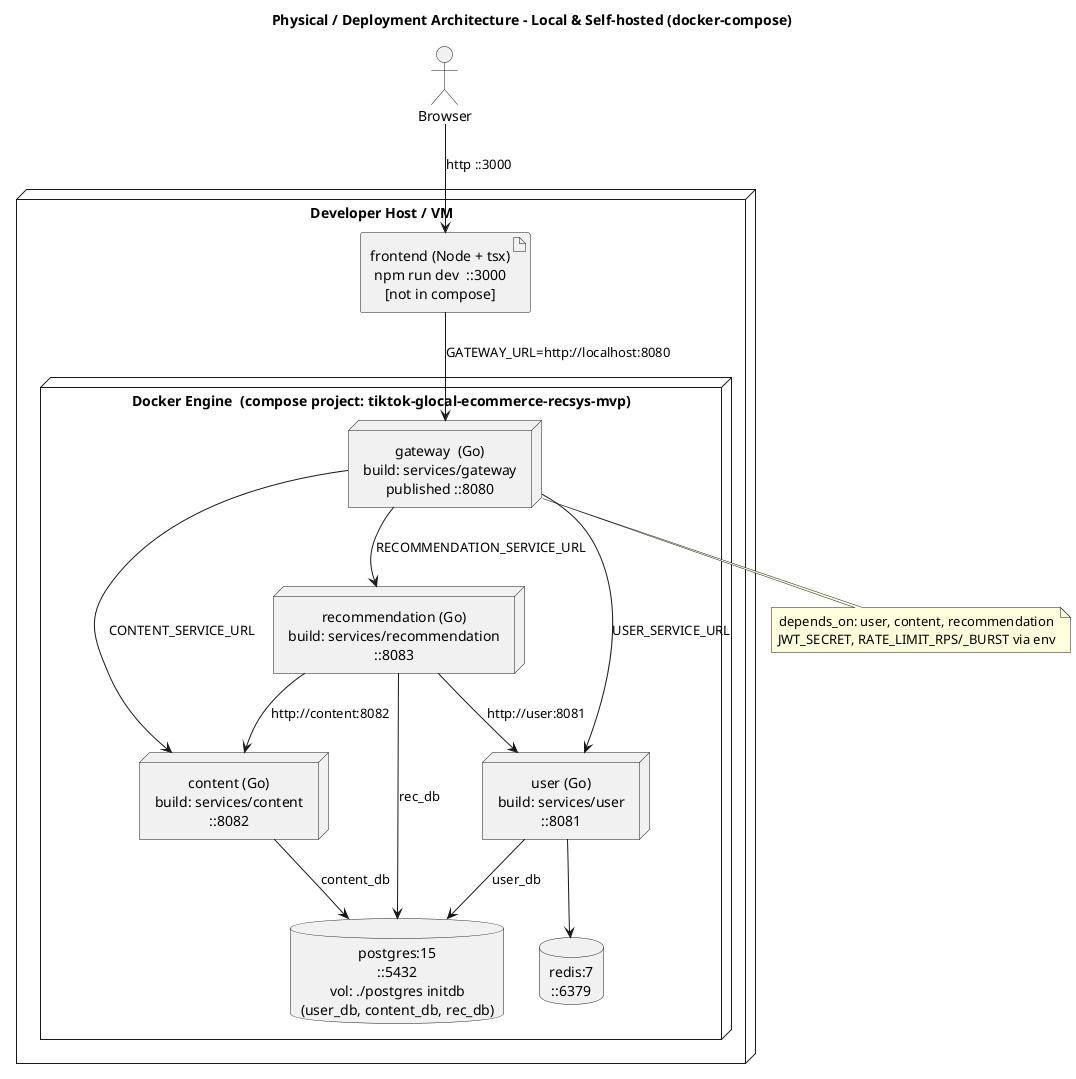
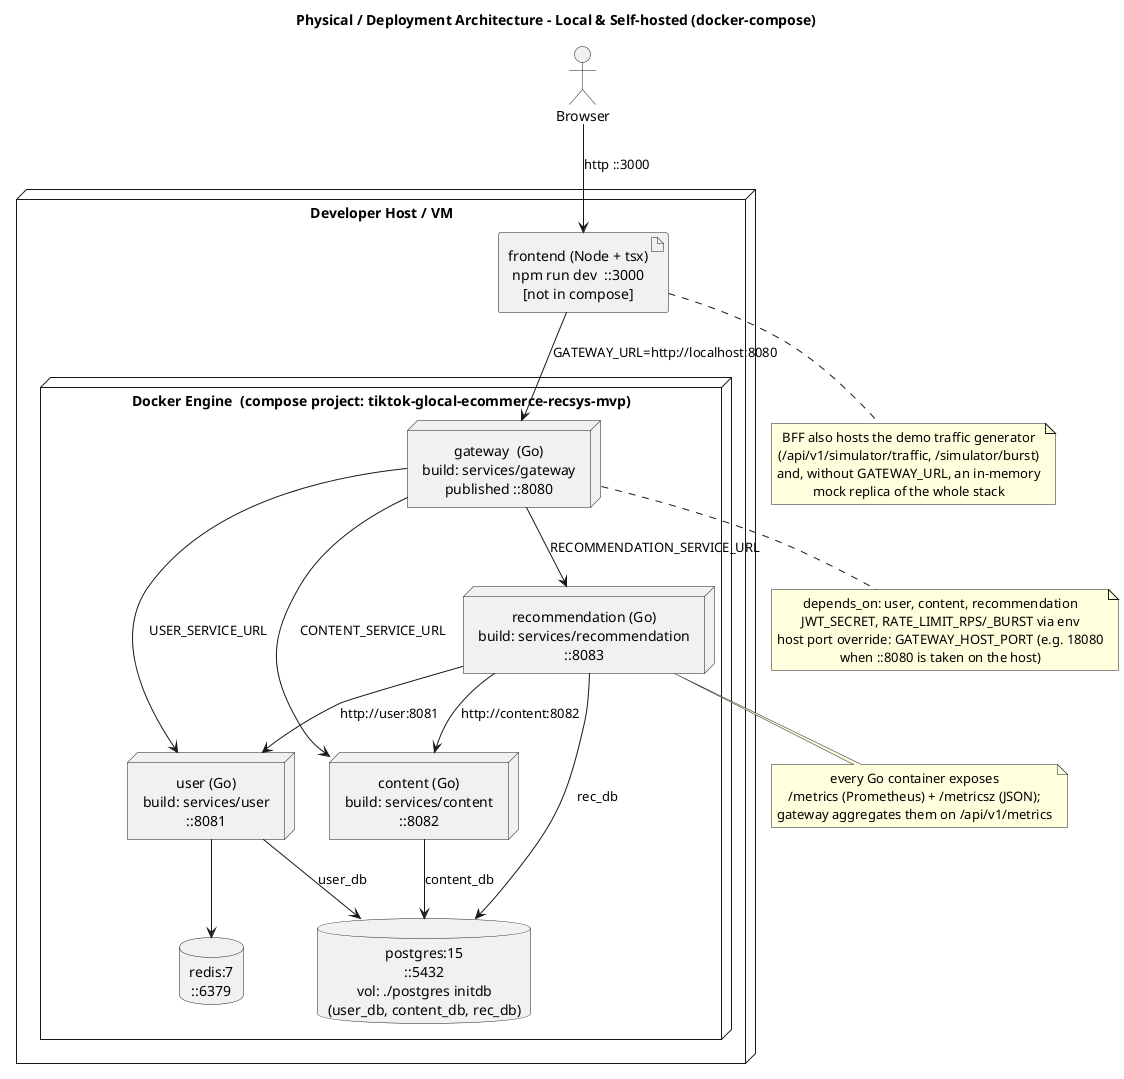
@startuml physical-architecture
title Physical / Deployment Architecture - Local & Self-hosted (docker-compose)

skinparam shadowing false
skinparam defaultTextAlignment center

actor "Browser" as br

node "Developer Host / VM" {

  artifact "frontend (Node + tsx)\nnpm run dev  ::3000\n[not in compose]" as fe

  node "Docker Engine  (compose project: tiktok-glocal-ecommerce-recsys-mvp)" {

    node "gateway  (Go)\nbuild: services/gateway\npublished ::8080" as gw
    node "recommendation (Go)\nbuild: services/recommendation\n::8083" as rec
    node "user (Go)\nbuild: services/user\n::8081" as usr
    node "content (Go)\nbuild: services/content\n::8082" as cnt

    database "postgres:15\n::5432\nvol: ./postgres initdb\n(user_db, content_db, rec_db)" as pg
    database "redis:7\n::6379" as rd
  }
}

br --> fe : http ::3000
fe --> gw : GATEWAY_URL=http://localhost:8080

gw --> usr  : USER_SERVICE_URL
gw --> cnt  : CONTENT_SERVICE_URL
gw --> rec  : RECOMMENDATION_SERVICE_URL

rec --> usr : http://user:8081
rec --> cnt : http://content:8082
rec --> pg  : rec_db
usr --> pg  : user_db
usr --> rd
cnt --> pg  : content_db

note bottom of gw
  depends_on: user, content, recommendation
  JWT_SECRET, RATE_LIMIT_RPS/_BURST via env
+   host port override: GATEWAY_HOST_PORT (e.g. 18080
+   when ::8080 is taken on the host)
+ end note
+ 
+ note bottom of fe
+   BFF also hosts the demo traffic generator
+   (/api/v1/simulator/traffic, /simulator/burst)
+   and, without GATEWAY_URL, an in-memory
+   mock replica of the whole stack
+ end note
+ 
+ note bottom of rec
+   every Go container exposes
+   /metrics (Prometheus) + /metricsz (JSON);
+   gateway aggregates them on /api/v1/metrics
end note
@enduml
